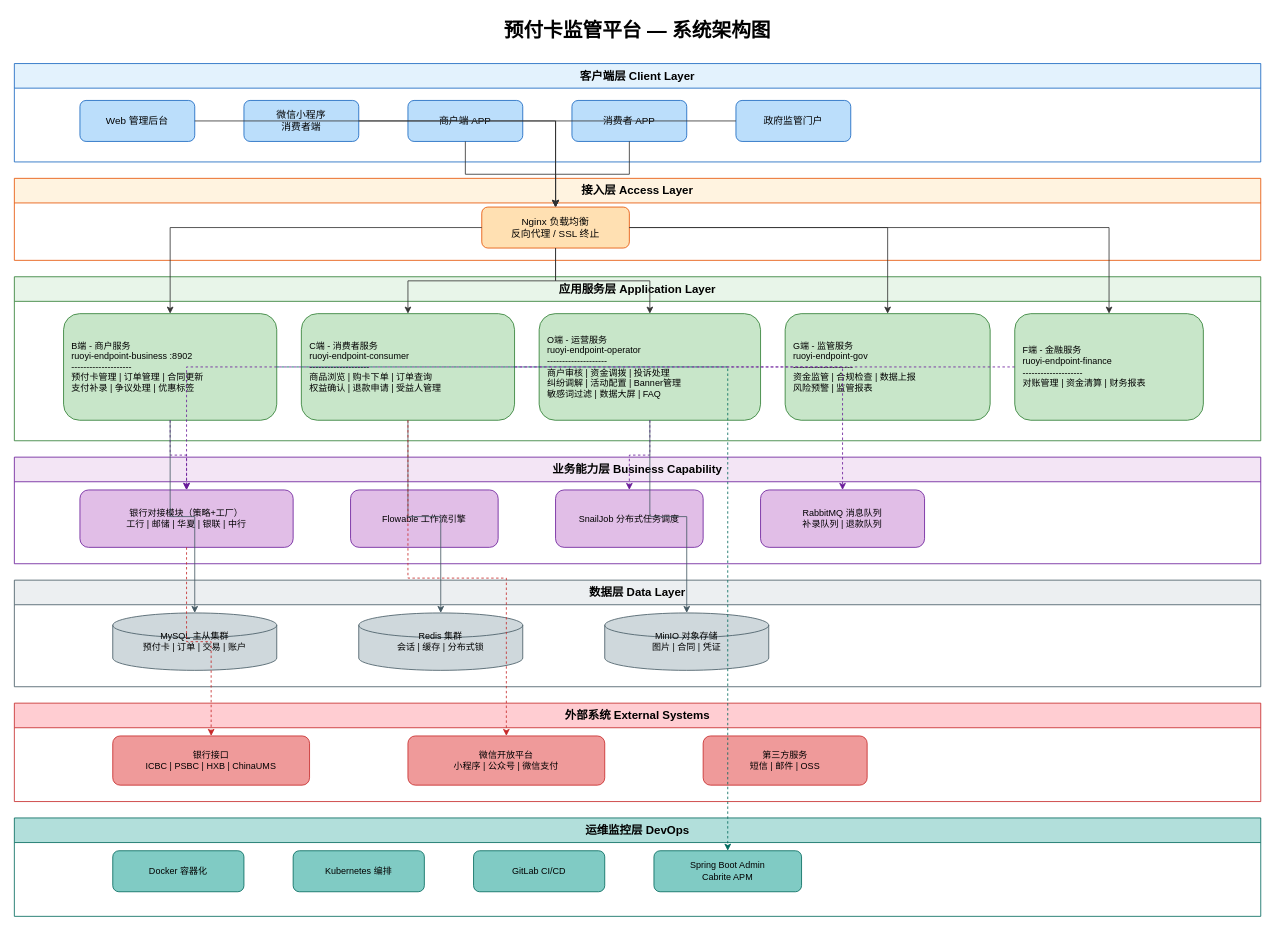
Before: prepay_platform_architecture.drawio in chordcreater/chordcreater.github.io, a draw.io diagram. Source tidied: cells renumbered, new cells numbered last; positions are measured from the earlier drawing's top-left corner, leaving out a move shared by most shapes. Both pictures are drawn from the tidied source at 82%, with x=0, y=0 at pixel (14, 14).
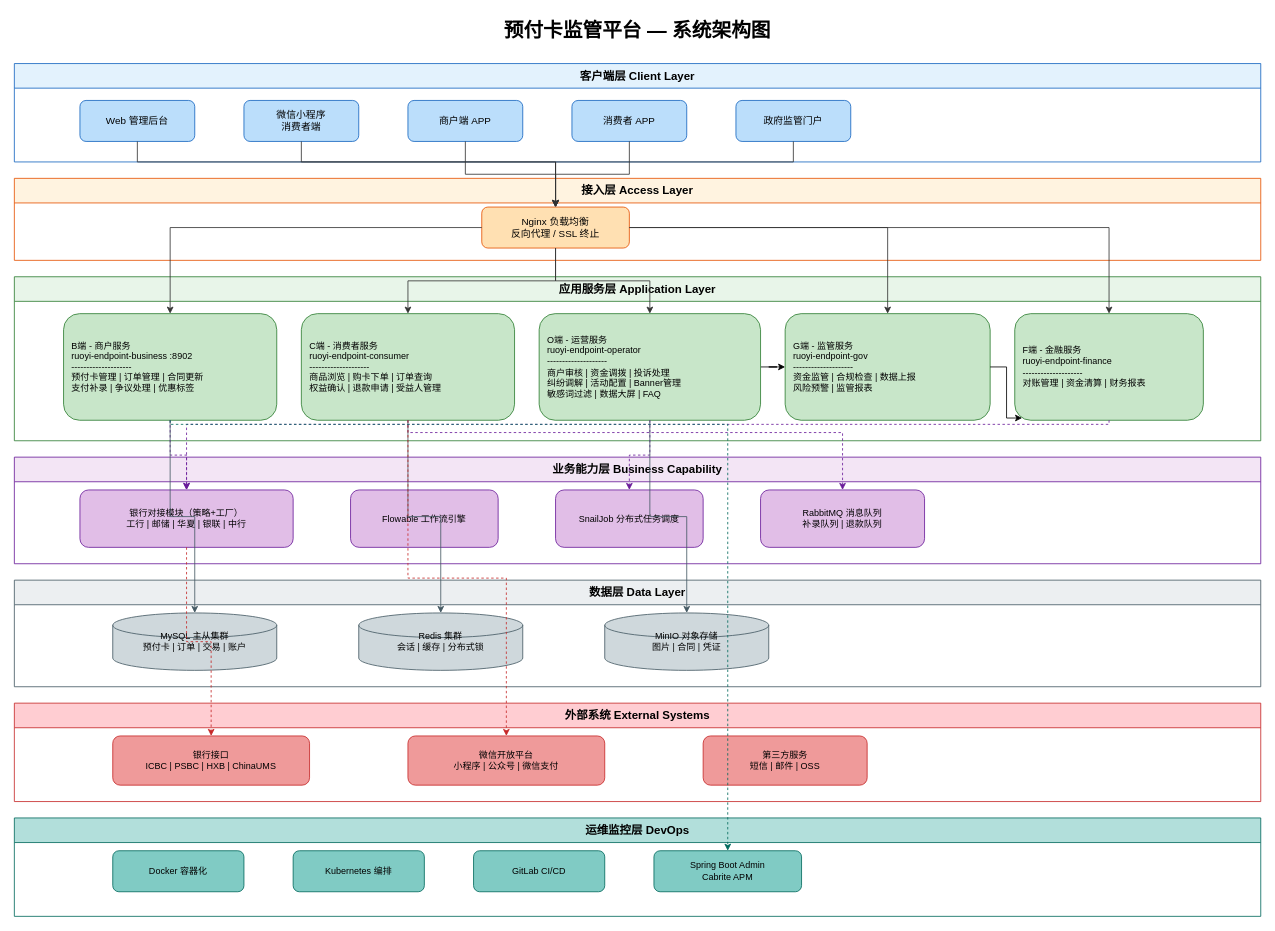
The same page after the edit.

The change refers to these unchanged cells:
```xml
<mxCell id="4" value="Web 管理后台" style="rounded=1;whiteSpace=wrap;html=1;fillColor=#BBDEFB;strokeColor=#1565C0;fontSize=12;" parent="3" vertex="1">
  <mxGeometry x="80" y="45" width="140" height="50" as="geometry" />
</mxCell>
<mxCell id="5" value="微信小程序&#10;消费者端" style="rounded=1;whiteSpace=wrap;html=1;fillColor=#BBDEFB;strokeColor=#1565C0;fontSize=12;" parent="3" vertex="1">
  <mxGeometry x="280" y="45" width="140" height="50" as="geometry" />
</mxCell>
<mxCell id="8" value="政府监管门户" style="rounded=1;whiteSpace=wrap;html=1;fillColor=#BBDEFB;strokeColor=#1565C0;fontSize=12;" parent="3" vertex="1">
  <mxGeometry x="880" y="45" width="140" height="50" as="geometry" />
</mxCell>
<mxCell id="10" value="Nginx 负载均衡&#10;反向代理 / SSL 终止" style="rounded=1;whiteSpace=wrap;html=1;fillColor=#FFE0B2;strokeColor=#E65100;fontSize=12;" parent="9" vertex="1">
  <mxGeometry x="570" y="35" width="180" height="50" as="geometry" />
</mxCell>
<mxCell id="16" value="应用服务层 Application Layer" style="swimlane;whiteSpace=wrap;html=1;fillColor=#E8F5E9;strokeColor=#2E7D32;fontStyle=1;fontSize=14;startSize=30;" parent="1" vertex="1">
  <mxGeometry y="320" width="1520" height="200" as="geometry" />
</mxCell>
<mxCell id="17" value="B端 - 商户服务&#10;ruoyi-endpoint-business :8902&#10;--------------------&#10;预付卡管理 | 订单管理 | 合同更新&#10;支付补录 | 争议处理 | 优惠标签" style="rounded=1;whiteSpace=wrap;html=1;fillColor=#C8E6C9;strokeColor=#2E7D32;fontSize=11;align=left;spacingLeft=8;" parent="16" vertex="1">
  <mxGeometry x="60" y="45" width="260" height="130" as="geometry" />
</mxCell>
<mxCell id="18" value="C端 - 消费者服务&#10;ruoyi-endpoint-consumer&#10;--------------------&#10;商品浏览 | 购卡下单 | 订单查询&#10;权益确认 | 退款申请 | 受益人管理" style="rounded=1;whiteSpace=wrap;html=1;fillColor=#C8E6C9;strokeColor=#2E7D32;fontSize=11;align=left;spacingLeft=8;" parent="16" vertex="1">
  <mxGeometry x="350" y="45" width="260" height="130" as="geometry" />
</mxCell>
<mxCell id="19" value="O端 - 运营服务&#10;ruoyi-endpoint-operator&#10;--------------------&#10;商户审核 | 资金调拨 | 投诉处理&#10;纠纷调解 | 活动配置 | Banner管理&#10;敏感词过滤 | 数据大屏 | FAQ" style="rounded=1;whiteSpace=wrap;html=1;fillColor=#C8E6C9;strokeColor=#2E7D32;fontSize=11;align=left;spacingLeft=8;" parent="16" vertex="1">
  <mxGeometry x="640" y="45" width="270" height="130" as="geometry" />
</mxCell>
<mxCell id="20" value="G端 - 监管服务&#10;ruoyi-endpoint-gov&#10;--------------------&#10;资金监管 | 合规检查 | 数据上报&#10;风险预警 | 监管报表" style="rounded=1;whiteSpace=wrap;html=1;fillColor=#C8E6C9;strokeColor=#2E7D32;fontSize=11;align=left;spacingLeft=8;" parent="16" vertex="1">
  <mxGeometry x="940" y="45" width="250" height="130" as="geometry" />
</mxCell>
<mxCell id="21" value="F端 - 金融服务&#10;ruoyi-endpoint-finance&#10;--------------------&#10;对账管理 | 资金清算 | 财务报表" style="rounded=1;whiteSpace=wrap;html=1;fillColor=#C8E6C9;strokeColor=#2E7D32;fontSize=11;align=left;spacingLeft=8;" parent="16" vertex="1">
  <mxGeometry x="1220" y="45" width="230" height="130" as="geometry" />
</mxCell>
<mxCell id="28" value="银行对接模块（策略+工厂）&#10;工行 | 邮储 | 华夏 | 银联 | 中行" style="rounded=1;whiteSpace=wrap;html=1;fillColor=#E1BEE7;strokeColor=#6A1B9A;fontSize=11;" parent="27" vertex="1">
  <mxGeometry x="80" y="40" width="260" height="70" as="geometry" />
</mxCell>
<mxCell id="31" value="RabbitMQ 消息队列&#10;补录队列 | 退款队列" style="rounded=1;whiteSpace=wrap;html=1;fillColor=#E1BEE7;strokeColor=#6A1B9A;fontSize=11;" parent="27" vertex="1">
  <mxGeometry x="910" y="40" width="200" height="70" as="geometry" />
</mxCell>
<mxCell id="53" value="Spring Boot Admin&#10;Cabrite APM" style="rounded=1;whiteSpace=wrap;html=1;fillColor=#80CBC4;strokeColor=#00695C;fontSize=11;" parent="49" vertex="1">
  <mxGeometry x="780" y="40" width="180" height="50" as="geometry" />
</mxCell>
```

The edit, as a diff of the source:
```diff
@@
     <mxCell id="11" style="edgeStyle=orthogonalEdgeStyle;rounded=0;jettySize=auto;html=1;strokeColor=#333;" parent="1" edge="1" source="4" target="10">
-      <mxGeometry relative="1" as="geometry" />
+      <mxGeometry relative="1" as="geometry">
+        <Array as="points">
+          <mxPoint x="150" y="180" />
+          <mxPoint x="660" y="180" />
+        </Array>
+      </mxGeometry>
     </mxCell>
     <mxCell id="12" style="edgeStyle=orthogonalEdgeStyle;rounded=0;jettySize=auto;html=1;strokeColor=#333;" parent="1" edge="1" source="5" target="10">
-      <mxGeometry relative="1" as="geometry" />
+      <mxGeometry relative="1" as="geometry">
+        <Array as="points">
+          <mxPoint x="350" y="180" />
+          <mxPoint x="660" y="180" />
+        </Array>
+      </mxGeometry>
     </mxCell>
@@
     <mxCell id="15" style="edgeStyle=orthogonalEdgeStyle;rounded=0;jettySize=auto;html=1;strokeColor=#333;" parent="1" edge="1" source="8" target="10">
-      <mxGeometry relative="1" as="geometry" />
+      <mxGeometry relative="1" as="geometry">
+        <Array as="points">
+          <mxPoint x="950" y="180" />
+          <mxPoint x="660" y="180" />
+        </Array>
+      </mxGeometry>
     </mxCell>
@@
+    <mxCell id="55" style="edgeStyle=orthogonalEdgeStyle;rounded=0;jettySize=auto;html=1;" parent="16" edge="1" source="19" target="20">
+      <mxGeometry relative="1" as="geometry" />
+    </mxCell>
@@
+    <mxCell id="56" style="edgeStyle=orthogonalEdgeStyle;rounded=0;jettySize=auto;html=1;entryX=0.039;entryY=0.979;entryDx=0;entryDy=0;entryPerimeter=0;" parent="16" edge="1" source="20" target="21">
+      <mxGeometry relative="1" as="geometry" />
+    </mxCell>
@@
     <mxCell id="33" style="edgeStyle=orthogonalEdgeStyle;rounded=0;jettySize=auto;html=1;strokeColor=#6A1B9A;strokeWidth=1;dashed=1;" parent="1" edge="1" source="18" target="31">
-      <mxGeometry relative="1" as="geometry" />
+      <mxGeometry relative="1" as="geometry">
+        <Array as="points">
+          <mxPoint x="480" y="510" />
+          <mxPoint x="1010" y="510" />
+        </Array>
+      </mxGeometry>
     </mxCell>
@@
     <mxCell id="35" style="edgeStyle=orthogonalEdgeStyle;rounded=0;jettySize=auto;html=1;strokeColor=#6A1B9A;strokeWidth=1;dashed=1;" parent="1" edge="1" source="21" target="28">
-      <mxGeometry relative="1" as="geometry" />
+      <mxGeometry relative="1" as="geometry">
+        <Array as="points">
+          <mxPoint x="1335" y="500" />
+          <mxPoint x="210" y="500" />
+        </Array>
+      </mxGeometry>
     </mxCell>
@@
     <mxCell id="54" style="edgeStyle=orthogonalEdgeStyle;rounded=0;jettySize=auto;html=1;strokeColor=#00695C;strokeWidth=1;dashed=1;" parent="1" edge="1" source="17" target="53">
-      <mxGeometry relative="1" as="geometry" />
+      <mxGeometry relative="1" as="geometry">
+        <Array as="points">
+          <mxPoint x="190" y="500" />
+          <mxPoint x="870" y="500" />
+        </Array>
+      </mxGeometry>
     </mxCell>
```
